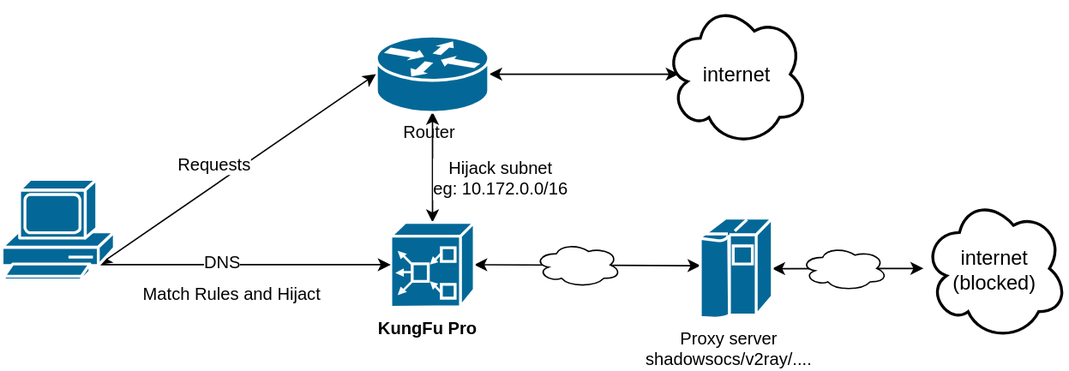
mygoare/kungfu-pro.github.io keeps this draw.io diagram as static/topology.svg. Above is the earlier version. Source tidied: cells renumbered, new cells last; positions are measured from the earlier drawing's top-left corner, leaving out a move shared by most shapes. Source of this version:
```xml
<mxGraphModel>
  <root>
    <mxCell id="0" />
    <mxCell id="1" parent="0" />
    <mxCell id="2" style="edgeStyle=none;rounded=0;html=1;exitX=0.5;exitY=1;exitPerimeter=0;startArrow=classic;startFill=1;jettySize=auto;" parent="1" edge="1" source="5" target="7">
      <mxGeometry relative="1" as="geometry" />
    </mxCell>
    <mxCell id="3" value="Hijack subnet &lt;br&gt;eg: 10.172.0.0/16" style="text;html=1;align=center;verticalAlign=middle;labelBackgroundColor=#ffffff;" parent="2" vertex="1">
      <mxGeometry x="-0.05" y="2" relative="1" as="geometry">
        <mxPoint x="49" y="10" as="offset" />
      </mxGeometry>
    </mxCell>
    <mxCell id="4" style="edgeStyle=none;rounded=0;html=1;exitX=1;exitY=0.5;exitPerimeter=0;entryX=0.1;entryY=0.5;entryPerimeter=0;startArrow=classic;startFill=1;jettySize=auto;" parent="1" edge="1" source="5" target="9">
      <mxGeometry relative="1" as="geometry" />
    </mxCell>
    <mxCell id="5" value="Router" style="shape=mxgraph.cisco.routers.router;html=1;dashed=0;fillColor=#036897;strokeColor=#ffffff;strokeWidth=2;verticalLabelPosition=bottom;verticalAlign=top;align=center;outlineConnect=0;" parent="1" vertex="1">
      <mxGeometry x="260" y="23.5" width="78" height="53" as="geometry" />
    </mxCell>
    <mxCell id="6" style="edgeStyle=none;rounded=0;html=1;exitX=1;exitY=0.5;exitPerimeter=0;entryX=0;entryY=0.473;entryPerimeter=0;startArrow=classic;startFill=1;jettySize=auto;" parent="1" edge="1" source="7" target="17">
      <mxGeometry relative="1" as="geometry" />
    </mxCell>
    <mxCell id="7" value="&lt;b&gt;KungFu Pro&lt;/b&gt;" style="shape=mxgraph.cisco.hubs_and_gateways.mas_gateway;html=1;dashed=0;fillColor=#036897;strokeColor=#ffffff;strokeWidth=2;verticalLabelPosition=bottom;verticalAlign=top;align=center;outlineConnect=0;" parent="1" vertex="1">
      <mxGeometry x="270" y="153" width="58" height="59" as="geometry" />
    </mxCell>
    <mxCell id="8" value="internet (blocked)&lt;br&gt;" style="ellipse;shape=cloud;strokeWidth=2;fontSize=14;whiteSpace=wrap;html=1;align=center;" parent="1" vertex="1">
      <mxGeometry x="640" y="135" width="100" height="100" as="geometry" />
    </mxCell>
    <mxCell id="9" value="internet&lt;br&gt;" style="ellipse;shape=cloud;strokeWidth=2;fontSize=14;whiteSpace=wrap;html=1;align=center;" parent="1" vertex="1">
      <mxGeometry x="460" width="100" height="100" as="geometry" />
    </mxCell>
    <mxCell id="10" style="edgeStyle=orthogonalEdgeStyle;rounded=0;html=1;exitX=0.86;exitY=0.85;exitPerimeter=0;entryX=0;entryY=0.5;entryPerimeter=0;jettySize=auto;" parent="1" edge="1" source="14" target="7">
      <mxGeometry relative="1" as="geometry" />
    </mxCell>
    <mxCell id="11" value="DNS" style="text;html=1;align=center;verticalAlign=middle;labelBackgroundColor=#ffffff;" parent="10" vertex="1">
      <mxGeometry x="-0.14" y="2" relative="1" as="geometry" />
    </mxCell>
    <mxCell id="12" style="rounded=0;html=1;exitX=0.86;exitY=0.85;exitPerimeter=0;entryX=0;entryY=0.5;entryPerimeter=0;jettySize=auto;startArrow=classic;startFill=1;" parent="1" edge="1" source="14" target="5">
      <mxGeometry relative="1" as="geometry" />
    </mxCell>
    <mxCell id="13" value="Requests" style="text;html=1;align=center;verticalAlign=middle;labelBackgroundColor=#ffffff;" parent="12" vertex="1">
      <mxGeometry x="-0.08" y="1" relative="1" as="geometry">
        <mxPoint x="-5.5" y="-8" as="offset" />
      </mxGeometry>
    </mxCell>
    <mxCell id="14" style="shape=mxgraph.cisco.computers_and_peripherals.pc;html=1;dashed=0;fillColor=#036897;strokeColor=#ffffff;strokeWidth=2;verticalLabelPosition=bottom;verticalAlign=top;" parent="1" vertex="1">
      <mxGeometry y="123" width="78" height="70" as="geometry" />
    </mxCell>
    <mxCell id="15" value="Match Rules and Hijact&lt;br&gt;" style="text;html=1;align=center;verticalAlign=middle;fillColor=none;strokeColor=none;rounded=0;" parent="1" vertex="1">
      <mxGeometry x="90" y="193" width="150" height="20" as="geometry" />
    </mxCell>
    <mxCell id="16" style="edgeStyle=none;rounded=0;html=1;exitX=1;exitY=0.5;exitPerimeter=0;startArrow=classic;startFill=1;jettySize=auto;" parent="1" edge="1" source="17" target="8">
      <mxGeometry relative="1" as="geometry" />
    </mxCell>
    <mxCell id="17" value="Proxy server&lt;br&gt;shadowsocs/v2ray/....&lt;br&gt;" style="shape=mxgraph.cisco.computers_and_peripherals.ibm_mainframe;html=1;dashed=0;fillColor=#036897;strokeColor=#ffffff;strokeWidth=2;verticalLabelPosition=bottom;verticalAlign=top;" parent="1" vertex="1">
      <mxGeometry x="485" y="150" width="50" height="70" as="geometry" />
    </mxCell>
    <mxCell id="18" style="ellipse;shape=cloud;whiteSpace=wrap;html=1;" parent="1" vertex="1">
      <mxGeometry x="370" y="167" width="60" height="31" as="geometry" />
    </mxCell>
    <mxCell id="19" style="ellipse;shape=cloud;whiteSpace=wrap;html=1;" parent="1" vertex="1">
      <mxGeometry x="555" y="169.5" width="60" height="31" as="geometry" />
    </mxCell>
  </root>
</mxGraphModel>
```
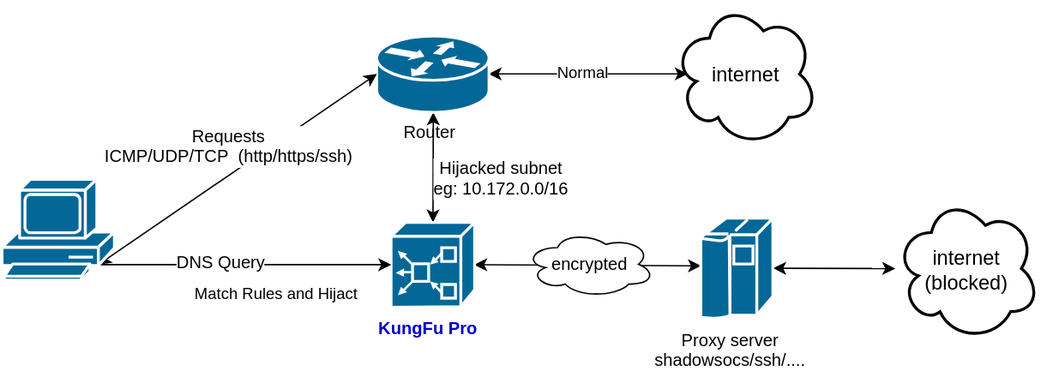
After the commit.

Diff of the diagram source:
```diff
@@ -5,60 +5,59 @@
     <mxCell id="2" style="edgeStyle=none;rounded=0;html=1;exitX=0.5;exitY=1;exitPerimeter=0;startArrow=classic;startFill=1;jettySize=auto;" parent="1" edge="1" source="5" target="7">
       <mxGeometry relative="1" as="geometry" />
     </mxCell>
-    <mxCell id="3" value="Hijack subnet &lt;br&gt;eg: 10.172.0.0/16" style="text;html=1;align=center;verticalAlign=middle;labelBackgroundColor=#ffffff;" parent="2" vertex="1">
+    <mxCell id="3" value="Hijacked subnet &lt;br&gt;eg: 10.172.0.0/16" style="text;html=1;align=center;verticalAlign=middle;labelBackgroundColor=#ffffff;" parent="2" vertex="1">
       <mxGeometry x="-0.05" y="2" relative="1" as="geometry">
         <mxPoint x="49" y="10" as="offset" />
       </mxGeometry>
     </mxCell>
-    <mxCell id="4" style="edgeStyle=none;rounded=0;html=1;exitX=1;exitY=0.5;exitPerimeter=0;entryX=0.1;entryY=0.5;entryPerimeter=0;startArrow=classic;startFill=1;jettySize=auto;" parent="1" edge="1" source="5" target="9">
+    <mxCell id="4" value="Normal" style="edgeStyle=none;rounded=0;html=1;exitX=1;exitY=0.5;exitPerimeter=0;entryX=0.1;entryY=0.5;entryPerimeter=0;startArrow=classic;startFill=1;jettySize=auto;" parent="1" edge="1" source="5" target="9">
       <mxGeometry relative="1" as="geometry" />
     </mxCell>
     <mxCell id="5" value="Router" style="shape=mxgraph.cisco.routers.router;html=1;dashed=0;fillColor=#036897;strokeColor=#ffffff;strokeWidth=2;verticalLabelPosition=bottom;verticalAlign=top;align=center;outlineConnect=0;" parent="1" vertex="1">
-      <mxGeometry x="260" y="23.5" width="78" height="53" as="geometry" />
+      <mxGeometry x="228" y="23.5" width="78" height="53" as="geometry" />
     </mxCell>
     <mxCell id="6" style="edgeStyle=none;rounded=0;html=1;exitX=1;exitY=0.5;exitPerimeter=0;entryX=0;entryY=0.473;entryPerimeter=0;startArrow=classic;startFill=1;jettySize=auto;" parent="1" edge="1" source="7" target="17">
       <mxGeometry relative="1" as="geometry" />
     </mxCell>
-    <mxCell id="7" value="&lt;b&gt;KungFu Pro&lt;/b&gt;" style="shape=mxgraph.cisco.hubs_and_gateways.mas_gateway;html=1;dashed=0;fillColor=#036897;strokeColor=#ffffff;strokeWidth=2;verticalLabelPosition=bottom;verticalAlign=top;align=center;outlineConnect=0;" parent="1" vertex="1">
-      <mxGeometry x="270" y="153" width="58" height="59" as="geometry" />
+    <mxCell id="7" value="&lt;b&gt;&lt;font color=&quot;#0000cc&quot;&gt;KungFu Pro&lt;/font&gt;&lt;/b&gt;" style="shape=mxgraph.cisco.hubs_and_gateways.mas_gateway;html=1;dashed=0;fillColor=#036897;strokeColor=#ffffff;strokeWidth=2;verticalLabelPosition=bottom;verticalAlign=top;align=center;outlineConnect=0;" parent="1" vertex="1">
+      <mxGeometry x="238" y="153" width="58" height="59" as="geometry" />
     </mxCell>
     <mxCell id="8" value="internet (blocked)&lt;br&gt;" style="ellipse;shape=cloud;strokeWidth=2;fontSize=14;whiteSpace=wrap;html=1;align=center;" parent="1" vertex="1">
-      <mxGeometry x="640" y="135" width="100" height="100" as="geometry" />
+      <mxGeometry x="588" y="135" width="100" height="100" as="geometry" />
     </mxCell>
     <mxCell id="9" value="internet&lt;br&gt;" style="ellipse;shape=cloud;strokeWidth=2;fontSize=14;whiteSpace=wrap;html=1;align=center;" parent="1" vertex="1">
-      <mxGeometry x="460" width="100" height="100" as="geometry" />
+      <mxGeometry x="434" width="100" height="100" as="geometry" />
     </mxCell>
     <mxCell id="10" style="edgeStyle=orthogonalEdgeStyle;rounded=0;html=1;exitX=0.86;exitY=0.85;exitPerimeter=0;entryX=0;entryY=0.5;entryPerimeter=0;jettySize=auto;" parent="1" edge="1" source="14" target="7">
       <mxGeometry relative="1" as="geometry" />
     </mxCell>
-    <mxCell id="11" value="DNS" style="text;html=1;align=center;verticalAlign=middle;labelBackgroundColor=#ffffff;" parent="10" vertex="1">
+    <mxCell id="11" value="DNS Query" style="text;html=1;align=center;verticalAlign=middle;labelBackgroundColor=#ffffff;" parent="10" vertex="1">
       <mxGeometry x="-0.14" y="2" relative="1" as="geometry" />
     </mxCell>
     <mxCell id="12" style="rounded=0;html=1;exitX=0.86;exitY=0.85;exitPerimeter=0;entryX=0;entryY=0.5;entryPerimeter=0;jettySize=auto;startArrow=classic;startFill=1;" parent="1" edge="1" source="14" target="5">
       <mxGeometry relative="1" as="geometry" />
     </mxCell>
-    <mxCell id="13" value="Requests" style="text;html=1;align=center;verticalAlign=middle;labelBackgroundColor=#ffffff;" parent="12" vertex="1">
+    <mxCell id="13" value="Requests&lt;br&gt;ICMP/UDP/TCP&amp;nbsp; (http/https/ssh)&lt;br&gt;" style="text;html=1;align=center;verticalAlign=middle;labelBackgroundColor=#ffffff;" parent="12" vertex="1">
       <mxGeometry x="-0.08" y="1" relative="1" as="geometry">
-        <mxPoint x="-5.5" y="-8" as="offset" />
+        <mxPoint x="9.5" y="-21" as="offset" />
       </mxGeometry>
     </mxCell>
     <mxCell id="14" style="shape=mxgraph.cisco.computers_and_peripherals.pc;html=1;dashed=0;fillColor=#036897;strokeColor=#ffffff;strokeWidth=2;verticalLabelPosition=bottom;verticalAlign=top;" parent="1" vertex="1">
-      <mxGeometry y="123" width="78" height="70" as="geometry" />
+      <mxGeometry x="-32" y="123" width="78" height="70" as="geometry" />
     </mxCell>
-    <mxCell id="15" value="Match Rules and Hijact&lt;br&gt;" style="text;html=1;align=center;verticalAlign=middle;fillColor=none;strokeColor=none;rounded=0;" parent="1" vertex="1">
-      <mxGeometry x="90" y="193" width="150" height="20" as="geometry" />
+    <mxCell id="15" value="&lt;font style=&quot;font-size: 11px&quot;&gt;Match Rules and Hijact&lt;/font&gt;&lt;br&gt;" style="text;html=1;align=center;verticalAlign=middle;fillColor=none;strokeColor=none;rounded=0;" parent="1" vertex="1">
+      <mxGeometry x="94" y="192" width="150" height="20" as="geometry" />
     </mxCell>
-    <mxCell id="16" style="edgeStyle=none;rounded=0;html=1;exitX=1;exitY=0.5;exitPerimeter=0;startArrow=classic;startFill=1;jettySize=auto;" parent="1" edge="1" source="17" target="8">
-      <mxGeometry relative="1" as="geometry" />
+    <mxCell id="16" style="edgeStyle=none;rounded=0;html=1;exitX=1;exitY=0.5;exitPerimeter=0;startArrow=classic;startFill=1;jettySize=auto;" parent="1" edge="1" source="17">
+      <mxGeometry relative="1" as="geometry">
+        <mxPoint x="588" y="185" as="targetPoint" />
+      </mxGeometry>
     </mxCell>
-    <mxCell id="17" value="Proxy server&lt;br&gt;shadowsocs/v2ray/....&lt;br&gt;" style="shape=mxgraph.cisco.computers_and_peripherals.ibm_mainframe;html=1;dashed=0;fillColor=#036897;strokeColor=#ffffff;strokeWidth=2;verticalLabelPosition=bottom;verticalAlign=top;" parent="1" vertex="1">
-      <mxGeometry x="485" y="150" width="50" height="70" as="geometry" />
+    <mxCell id="17" value="Proxy server&lt;br&gt;shadowsocs/ssh/....&lt;br&gt;" style="shape=mxgraph.cisco.computers_and_peripherals.ibm_mainframe;html=1;dashed=0;fillColor=#036897;strokeColor=#ffffff;strokeWidth=2;verticalLabelPosition=bottom;verticalAlign=top;" parent="1" vertex="1">
+      <mxGeometry x="453" y="150" width="50" height="70" as="geometry" />
     </mxCell>
-    <mxCell id="18" style="ellipse;shape=cloud;whiteSpace=wrap;html=1;" parent="1" vertex="1">
-      <mxGeometry x="370" y="167" width="60" height="31" as="geometry" />
+    <mxCell id="18" value="encrypted" style="ellipse;shape=cloud;whiteSpace=wrap;html=1;" parent="1" vertex="1">
+      <mxGeometry x="331" y="159" width="90" height="46" as="geometry" />
     </mxCell>
-    <mxCell id="19" style="ellipse;shape=cloud;whiteSpace=wrap;html=1;" parent="1" vertex="1">
-      <mxGeometry x="555" y="169.5" width="60" height="31" as="geometry" />
-    </mxCell>
   </root>
 </mxGraphModel>
```
